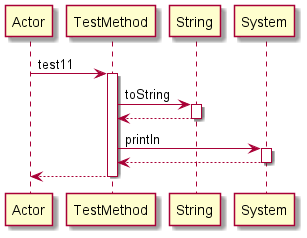
manucapo/Gardener keeps this PlantUML diagram as Diagrams/REFLECTION/test11.png. Above is the earlier version.
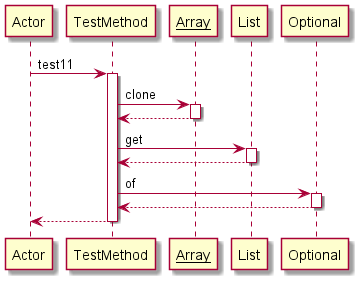
After the change.

The edit, as a diff of the source:
```diff
@@ -2,13 +2,17 @@
 participant Actor
 Actor -> TestMethod: test11
 activate TestMethod
-TestMethod -> String: toString
-activate String
-String-->TestMethod
-deactivate String
-TestMethod -> System: println
-activate System
-System-->TestMethod
-deactivate System
+TestMethod -> __Array__: clone
+activate __Array__
+__Array__-->TestMethod
+deactivate __Array__
+TestMethod -> List : get
+activate List
+List -->TestMethod
+deactivate List
+TestMethod -> Optional: of
+activate Optional
+Optional-->TestMethod
+deactivate Optional
 return
 @enduml
```
